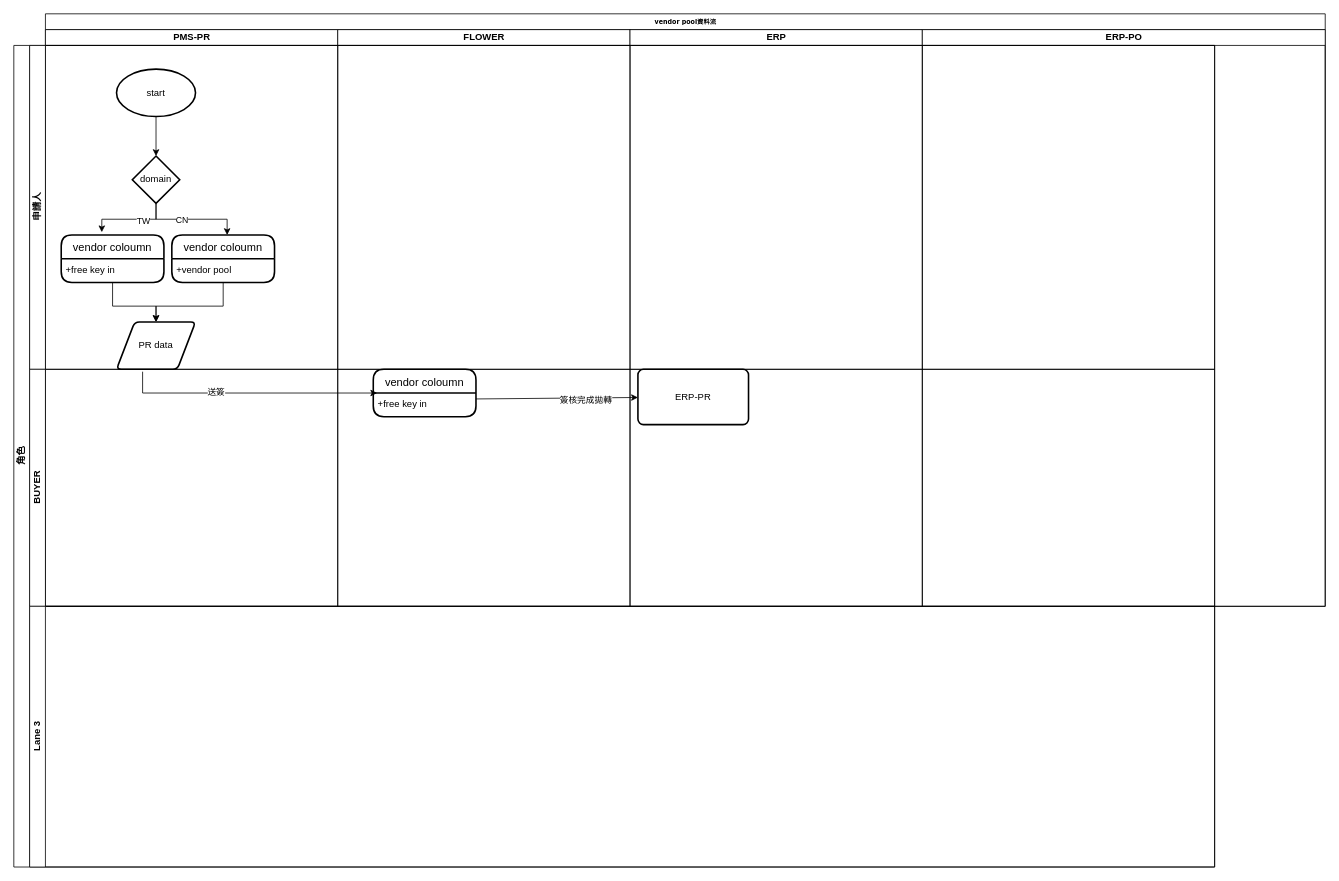
The draw.io diagram 未命名绘图.drawio in kevin94705/HW3M10923023, before the edit. Source tidied: cells renumbered, new cells numbered last; positions are measured from the earlier drawing's top-left corner, leaving out a move shared by most shapes. Both pictures are drawn from the tidied source at 79%, with x=0, y=0 at pixel (13, 13).
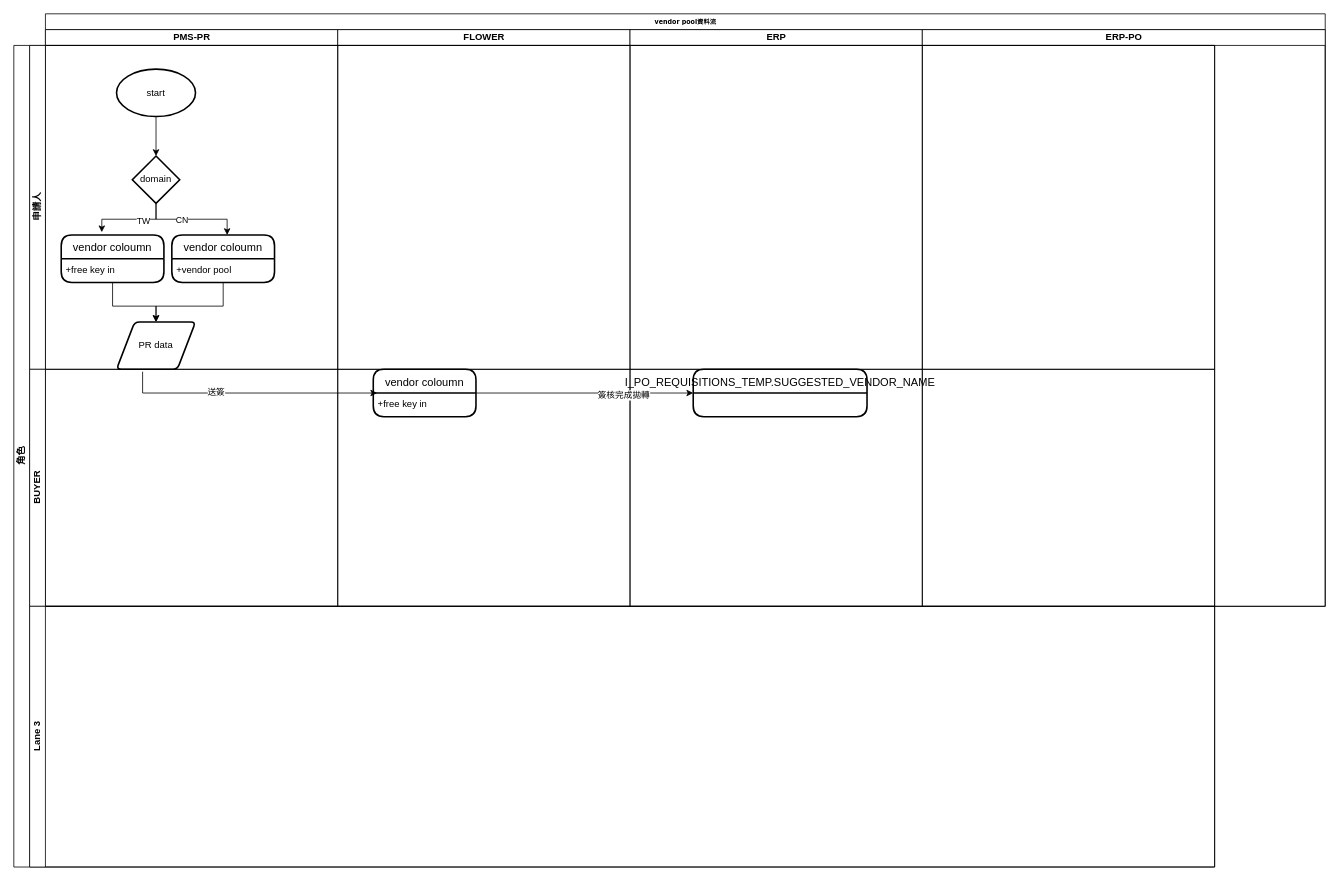
The same diagram, later.

Commit message:
更新未命名绘图.drawio

The change refers to these unchanged cells:
```xml
<mxCell id="19" value="BUYER" style="swimlane;startSize=20;horizontal=0;html=1;" parent="13" vertex="1">
  <mxGeometry x="20" y="410" width="1500" height="300" as="geometry" />
</mxCell>
<mxCell id="21" value="+free key in" style="align=left;strokeColor=none;fillColor=none;spacingLeft=4;fontSize=12;verticalAlign=top;" parent="20" vertex="1">
  <mxGeometry y="30" width="130" height="30" as="geometry" />
</mxCell>
```

The edit, as a diff of the source:
```diff
@@
-    <mxCell id="22" value="ERP-PR" style="rounded=1;whiteSpace=wrap;html=1;absoluteArcSize=1;arcSize=14;strokeWidth=2;" parent="19" vertex="1">
-      <mxGeometry x="770" width="140" height="70" as="geometry" />
-    </mxCell>
-    <mxCell id="23" style="endArrow=classic;html=1;rounded=0;exitX=1;exitY=0.25;exitDx=0;exitDy=0;" parent="19" edge="1" source="21" target="22">
-      <mxGeometry relative="1" as="geometry" />
+    <mxCell id="23" style="endArrow=classic;html=1;rounded=0;exitX=1;exitY=0;exitDx=0;exitDy=0;entryX=0;entryY=0;entryDx=0;entryDy=0;" parent="19" edge="1" source="21">
+      <mxGeometry relative="1" as="geometry">
+        <mxPoint x="840" y="30" as="targetPoint" />
+      </mxGeometry>
     </mxCell>
@@
+    <mxCell id="32" value="I_PO_REQUISITIONS_TEMP.SUGGESTED_VENDOR_NAME" style="swimlane;horizontal=1;startSize=30;rounded=1;fontSize=14;fontStyle=0;strokeWidth=2;shadow=0;dashed=0;align=center;" parent="19" vertex="1">
+      <mxGeometry x="840" width="220" height="60" as="geometry" />
+    </mxCell>
```
